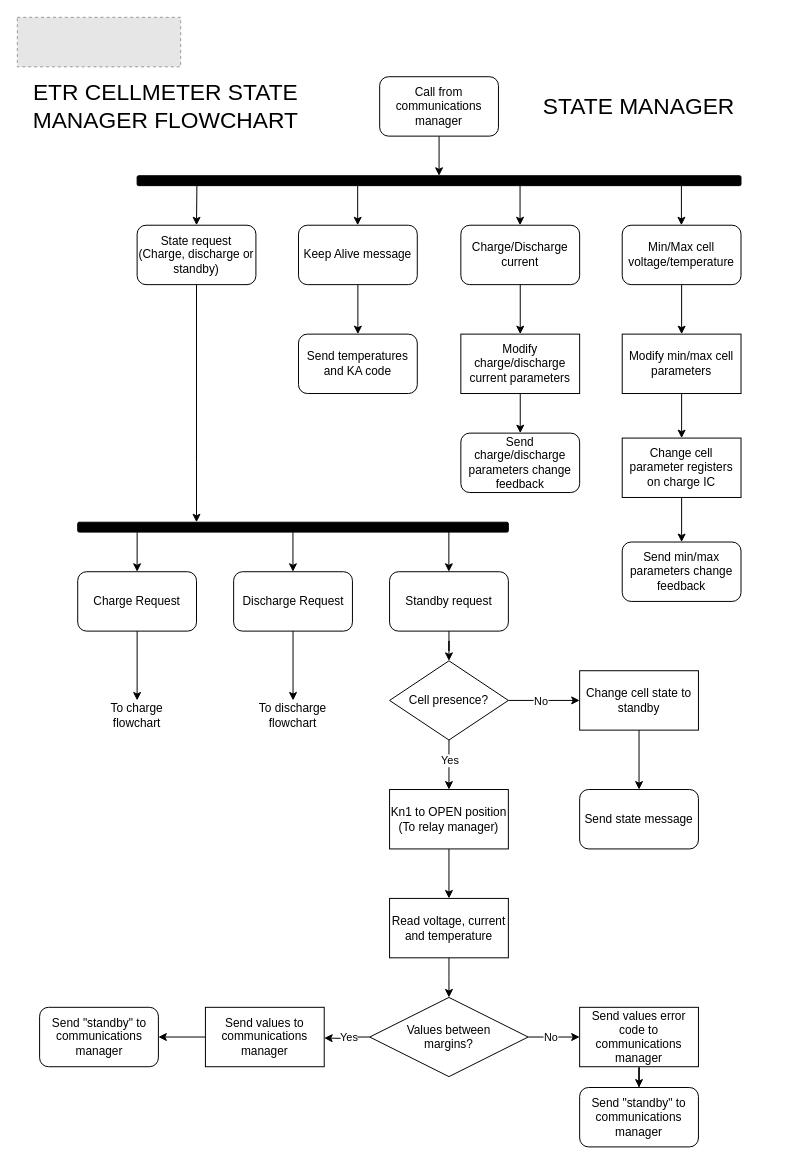
This is page "State Manager" (1 of 3) of SW/1_Design Documents/State_manager_flowchart.drawio from eTechRacing/CAPACIMETER, a draw.io file, before an edit. Source tidied: cells renumbered, new cells numbered last; positions are measured from the earlier drawing's top-left corner, leaving out a move shared by most shapes. Both pictures are drawn from the tidied source at 99%, with x=0, y=0 at pixel (17, 17). Pictures stored in the file or linked from it are replaced by grey dashed boxes.
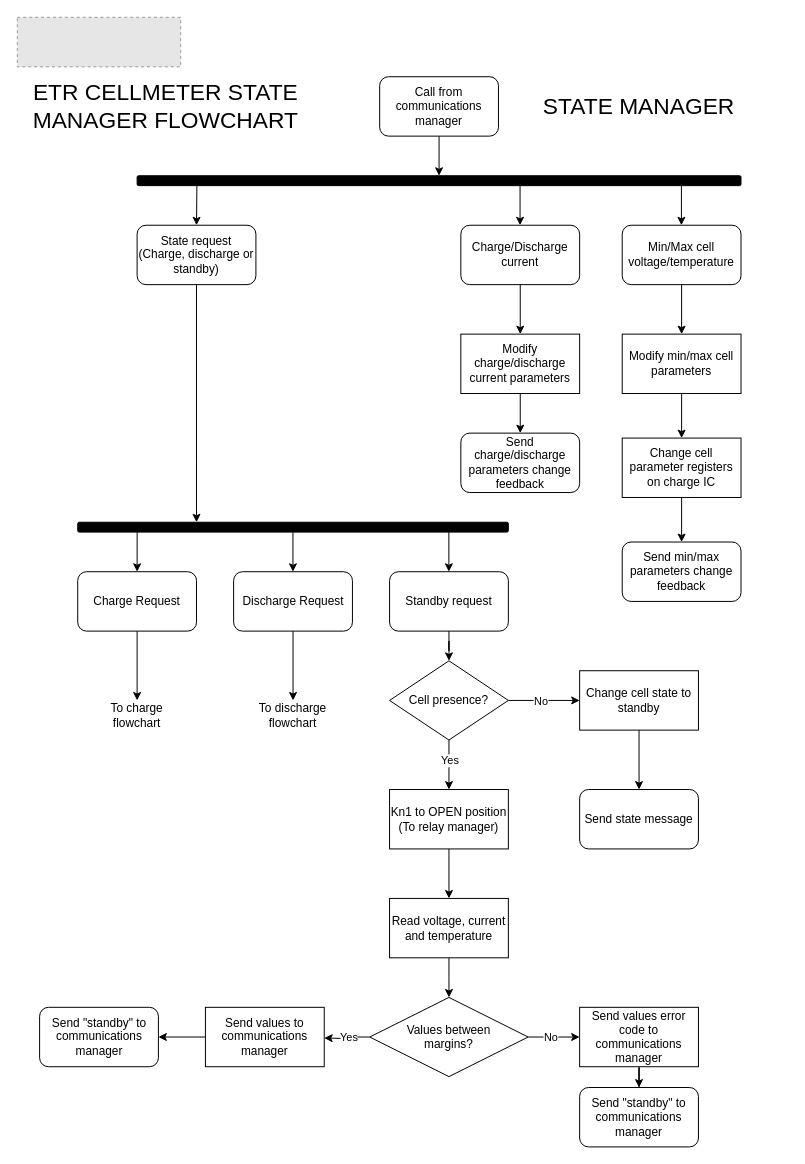
Above is the later version.

Change to the diagram source:
```diff
@@
-    <mxCell id="9" style="edgeStyle=orthogonalEdgeStyle;rounded=0;jettySize=auto;html=1;" parent="1" edge="1" source="10" target="19">
-      <mxGeometry relative="1" as="geometry" />
-    </mxCell>
-    <mxCell id="10" value="Keep Alive message" style="rounded=1;whiteSpace=wrap;html=1;" parent="1" vertex="1">
-      <mxGeometry x="284" y="210" width="120" height="60" as="geometry" />
-    </mxCell>
@@
-    <mxCell id="16" style="endArrow=classic;html=1;rounded=0;entryX=0.5;entryY=0;entryDx=0;entryDy=0;exitX=0.099;exitY=1.045;exitDx=0;exitDy=0;exitPerimeter=0;" parent="1" edge="1">
-      <mxGeometry relative="1" as="geometry">
-        <mxPoint x="343.8" y="170" as="sourcePoint" />
-        <mxPoint x="343.8" y="210" as="targetPoint" />
-      </mxGeometry>
-    </mxCell>
@@
-    <mxCell id="19" value="Send temperatures and KA code" style="rounded=1;whiteSpace=wrap;html=1;" parent="1" vertex="1">
-      <mxGeometry x="284" y="320" width="120" height="60" as="geometry" />
-    </mxCell>
```
